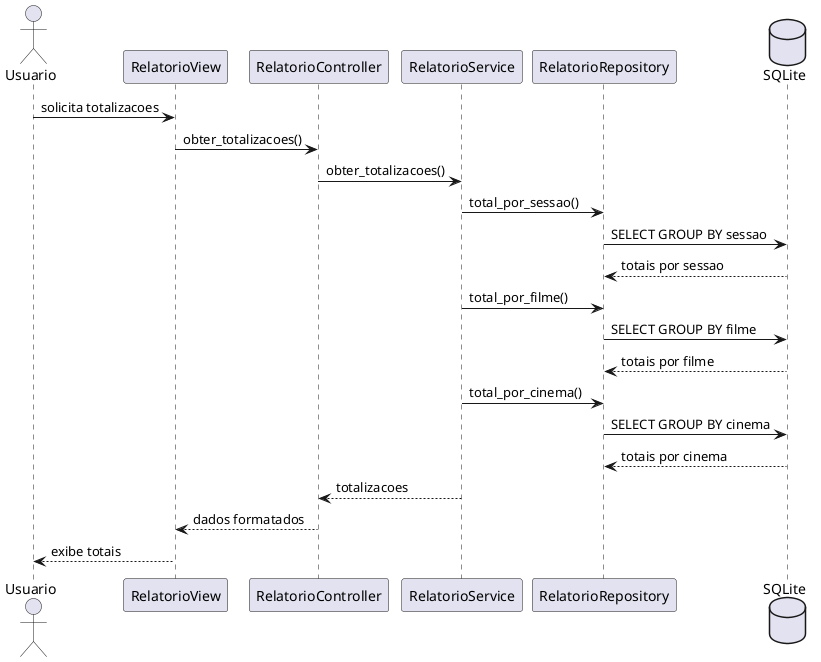
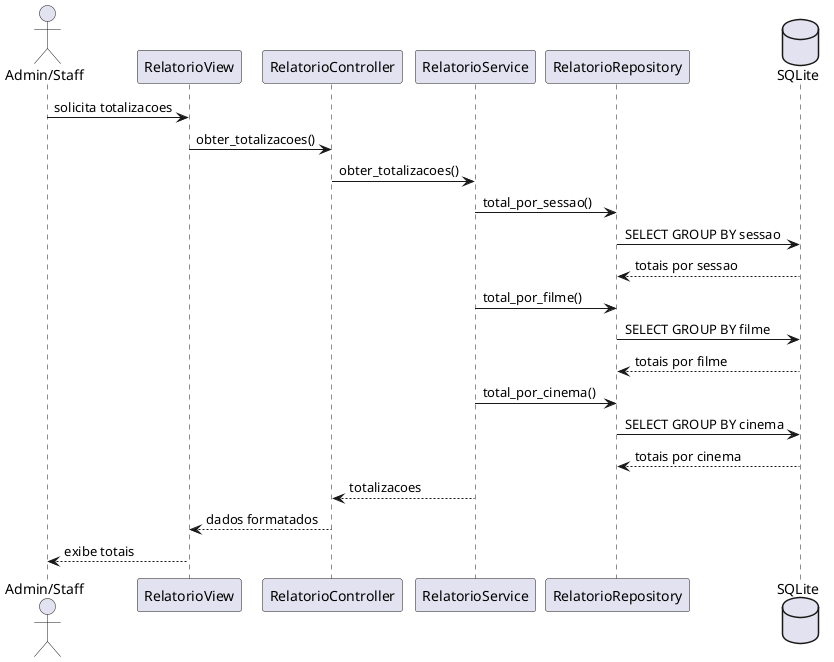
@startuml
- actor Usuario
+ actor "Admin/Staff" as Usuario
participant "RelatorioView" as View
participant "RelatorioController" as Controller
participant "RelatorioService" as Service
participant "RelatorioRepository" as Repository
database "SQLite" as DB

Usuario -> View: solicita totalizacoes
View -> Controller: obter_totalizacoes()
Controller -> Service: obter_totalizacoes()
Service -> Repository: total_por_sessao()
Repository -> DB: SELECT GROUP BY sessao
DB --> Repository: totais por sessao
Service -> Repository: total_por_filme()
Repository -> DB: SELECT GROUP BY filme
DB --> Repository: totais por filme
Service -> Repository: total_por_cinema()
Repository -> DB: SELECT GROUP BY cinema
DB --> Repository: totais por cinema
Service --> Controller: totalizacoes
Controller --> View: dados formatados
View --> Usuario: exibe totais
@enduml
